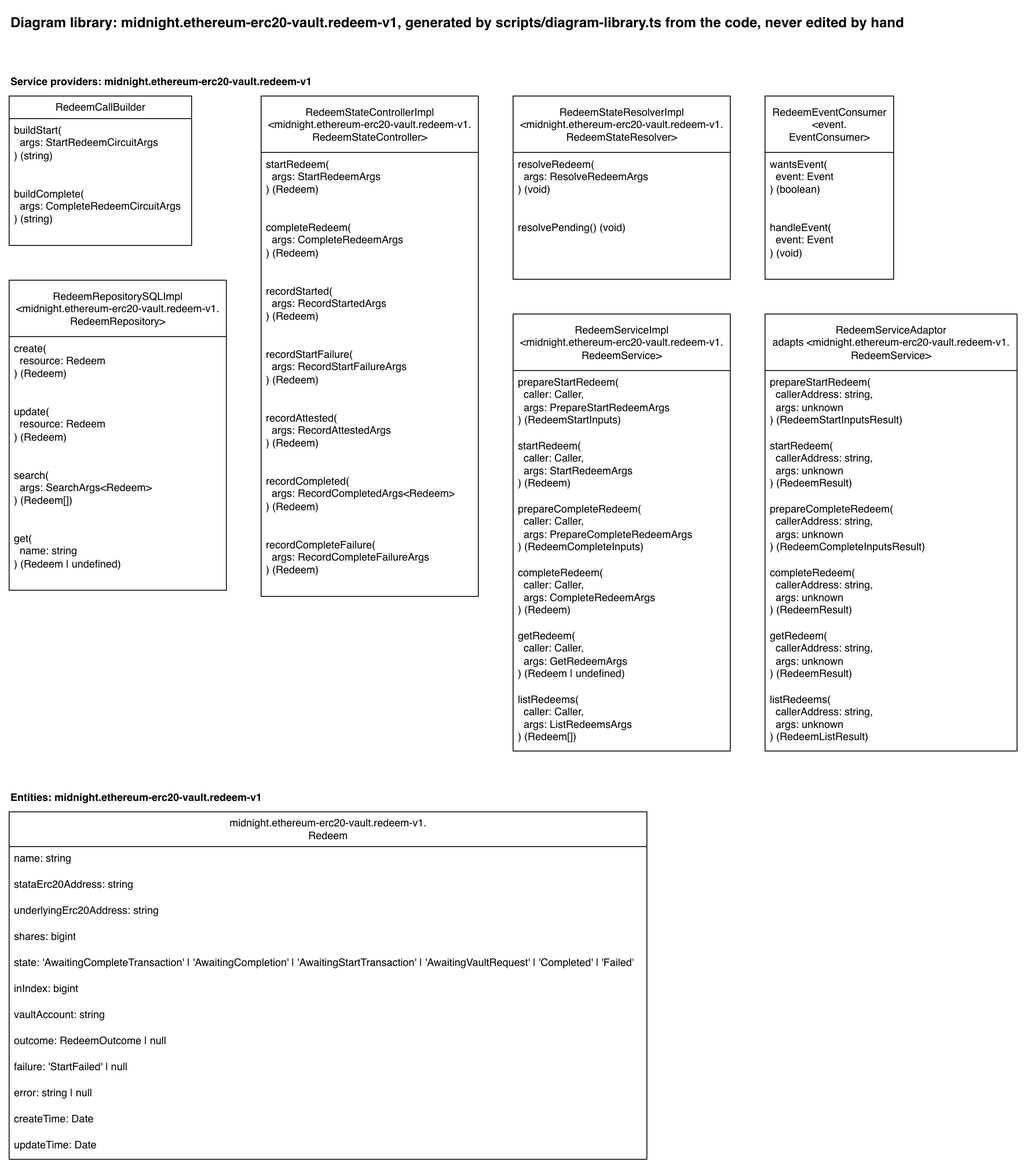
Earlier version of the draw.io export docs/diagram-library/midnight/ethereum-erc20-vault/redeem-v1/diagram-library.drawio.png (sig-net/full-stack-demo). Source tidied: cells renumbered, new cells last; positions are measured from the earlier drawing's top-left corner, leaving out a move shared by most shapes.
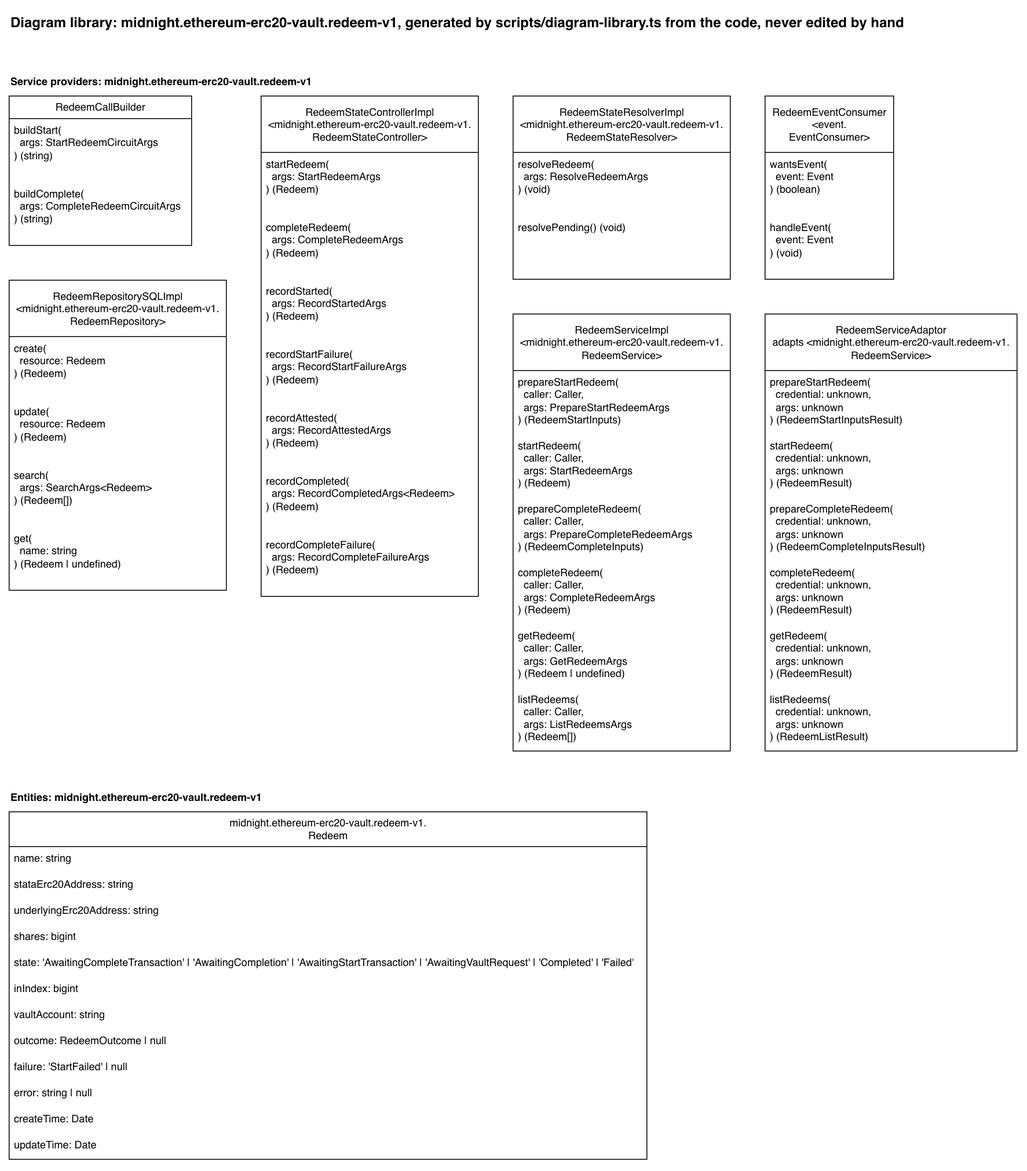
Later version of the same file.

The edit, as a diff of the source:
```diff
@@ -98,22 +98,22 @@
     <mxCell id="33" value="RedeemServiceAdaptor&lt;br&gt;adapts &amp;lt;midnight.ethereum-erc20-vault.redeem-v1.&lt;br&gt;RedeemService&amp;gt;" style="swimlane;fontStyle=0;horizontal=1;startSize=65;fillColor=default;html=1;fillStyle=solid;" parent="1" vertex="1">
       <mxGeometry x="870" y="351" width="290" height="503" as="geometry" />
     </mxCell>
-    <mxCell id="34" value="prepareStartRedeem(&lt;br&gt;&amp;nbsp; callerAddress: string,&lt;br&gt;&amp;nbsp; args: unknown&lt;br&gt;) (RedeemStartInputsResult)" style="text;strokeColor=none;fillColor=none;align=left;verticalAlign=top;spacingLeft=4;spacingRight=4;overflow=hidden;whiteSpace=wrap;html=1;" parent="33" vertex="1">
+    <mxCell id="34" value="prepareStartRedeem(&lt;br&gt;&amp;nbsp; credential: unknown,&lt;br&gt;&amp;nbsp; args: unknown&lt;br&gt;) (RedeemStartInputsResult)" style="text;strokeColor=none;fillColor=none;align=left;verticalAlign=top;spacingLeft=4;spacingRight=4;overflow=hidden;whiteSpace=wrap;html=1;" parent="33" vertex="1">
       <mxGeometry y="65" width="290" height="73" as="geometry" />
     </mxCell>
-    <mxCell id="35" value="startRedeem(&lt;br&gt;&amp;nbsp; callerAddress: string,&lt;br&gt;&amp;nbsp; args: unknown&lt;br&gt;) (RedeemResult)" style="text;strokeColor=none;fillColor=none;align=left;verticalAlign=top;spacingLeft=4;spacingRight=4;overflow=hidden;whiteSpace=wrap;html=1;" parent="33" vertex="1">
+    <mxCell id="35" value="startRedeem(&lt;br&gt;&amp;nbsp; credential: unknown,&lt;br&gt;&amp;nbsp; args: unknown&lt;br&gt;) (RedeemResult)" style="text;strokeColor=none;fillColor=none;align=left;verticalAlign=top;spacingLeft=4;spacingRight=4;overflow=hidden;whiteSpace=wrap;html=1;" parent="33" vertex="1">
       <mxGeometry y="138" width="290" height="73" as="geometry" />
     </mxCell>
-    <mxCell id="36" value="prepareCompleteRedeem(&lt;br&gt;&amp;nbsp; callerAddress: string,&lt;br&gt;&amp;nbsp; args: unknown&lt;br&gt;) (RedeemCompleteInputsResult)" style="text;strokeColor=none;fillColor=none;align=left;verticalAlign=top;spacingLeft=4;spacingRight=4;overflow=hidden;whiteSpace=wrap;html=1;" parent="33" vertex="1">
+    <mxCell id="36" value="prepareCompleteRedeem(&lt;br&gt;&amp;nbsp; credential: unknown,&lt;br&gt;&amp;nbsp; args: unknown&lt;br&gt;) (RedeemCompleteInputsResult)" style="text;strokeColor=none;fillColor=none;align=left;verticalAlign=top;spacingLeft=4;spacingRight=4;overflow=hidden;whiteSpace=wrap;html=1;" parent="33" vertex="1">
       <mxGeometry y="211" width="290" height="73" as="geometry" />
     </mxCell>
-    <mxCell id="37" value="completeRedeem(&lt;br&gt;&amp;nbsp; callerAddress: string,&lt;br&gt;&amp;nbsp; args: unknown&lt;br&gt;) (RedeemResult)" style="text;strokeColor=none;fillColor=none;align=left;verticalAlign=top;spacingLeft=4;spacingRight=4;overflow=hidden;whiteSpace=wrap;html=1;" parent="33" vertex="1">
+    <mxCell id="37" value="completeRedeem(&lt;br&gt;&amp;nbsp; credential: unknown,&lt;br&gt;&amp;nbsp; args: unknown&lt;br&gt;) (RedeemResult)" style="text;strokeColor=none;fillColor=none;align=left;verticalAlign=top;spacingLeft=4;spacingRight=4;overflow=hidden;whiteSpace=wrap;html=1;" parent="33" vertex="1">
       <mxGeometry y="284" width="290" height="73" as="geometry" />
     </mxCell>
-    <mxCell id="38" value="getRedeem(&lt;br&gt;&amp;nbsp; callerAddress: string,&lt;br&gt;&amp;nbsp; args: unknown&lt;br&gt;) (RedeemResult)" style="text;strokeColor=none;fillColor=none;align=left;verticalAlign=top;spacingLeft=4;spacingRight=4;overflow=hidden;whiteSpace=wrap;html=1;" parent="33" vertex="1">
+    <mxCell id="38" value="getRedeem(&lt;br&gt;&amp;nbsp; credential: unknown,&lt;br&gt;&amp;nbsp; args: unknown&lt;br&gt;) (RedeemResult)" style="text;strokeColor=none;fillColor=none;align=left;verticalAlign=top;spacingLeft=4;spacingRight=4;overflow=hidden;whiteSpace=wrap;html=1;" parent="33" vertex="1">
       <mxGeometry y="357" width="290" height="73" as="geometry" />
     </mxCell>
-    <mxCell id="39" value="listRedeems(&lt;br&gt;&amp;nbsp; callerAddress: string,&lt;br&gt;&amp;nbsp; args: unknown&lt;br&gt;) (RedeemListResult)" style="text;strokeColor=none;fillColor=none;align=left;verticalAlign=top;spacingLeft=4;spacingRight=4;overflow=hidden;whiteSpace=wrap;html=1;" parent="33" vertex="1">
+    <mxCell id="39" value="listRedeems(&lt;br&gt;&amp;nbsp; credential: unknown,&lt;br&gt;&amp;nbsp; args: unknown&lt;br&gt;) (RedeemListResult)" style="text;strokeColor=none;fillColor=none;align=left;verticalAlign=top;spacingLeft=4;spacingRight=4;overflow=hidden;whiteSpace=wrap;html=1;" parent="33" vertex="1">
       <mxGeometry y="430" width="290" height="73" as="geometry" />
     </mxCell>
     <mxCell id="40" value="Entities: midnight.ethereum-erc20-vault.redeem-v1" style="text;html=1;fontStyle=1;" parent="1" vertex="1">
```
